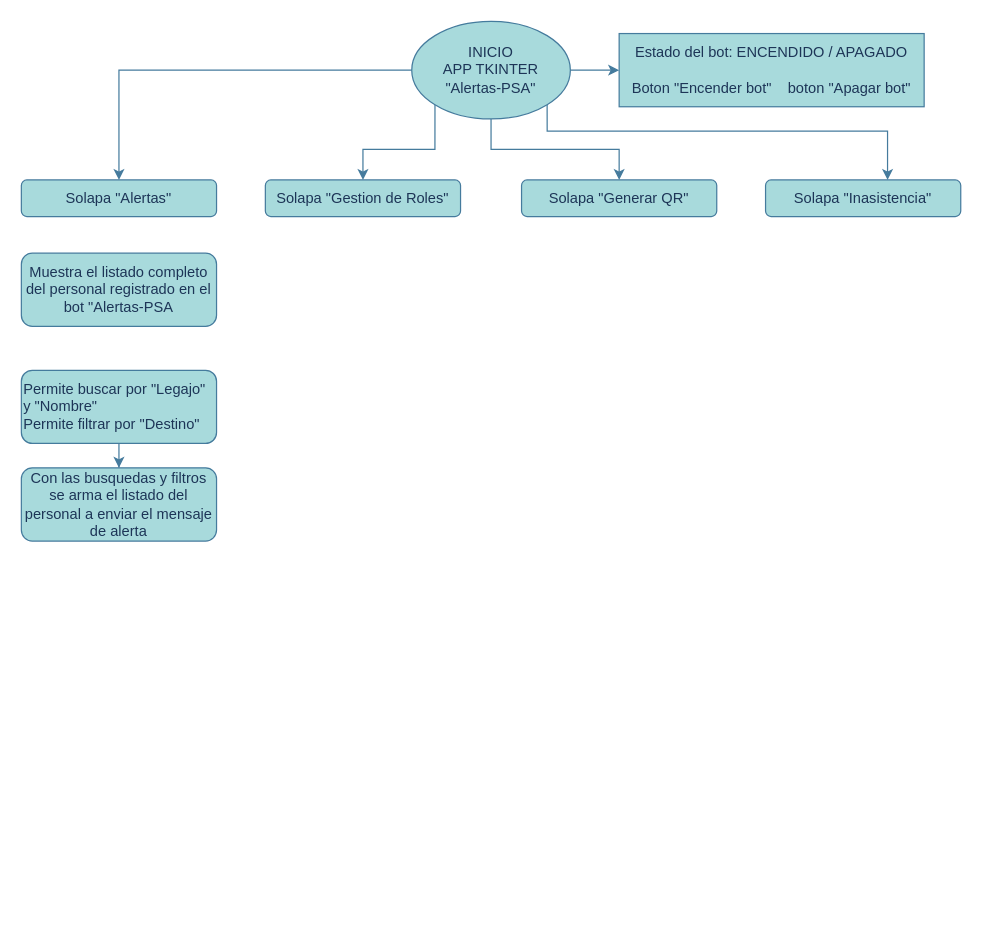
The draw.io diagram page "Flujos_App_Tkinter" (2 of 2) of Flujos_en _Bot.drawio in gavalle2024/Diagramas-de-Flujos, before the edit. Source tidied: cells renumbered, new cells numbered last; positions are measured from the earlier drawing's top-left corner, leaving out a move shared by most shapes. Both pictures are drawn from the tidied source at 122%, with x=0, y=0 at pixel (21, 21).
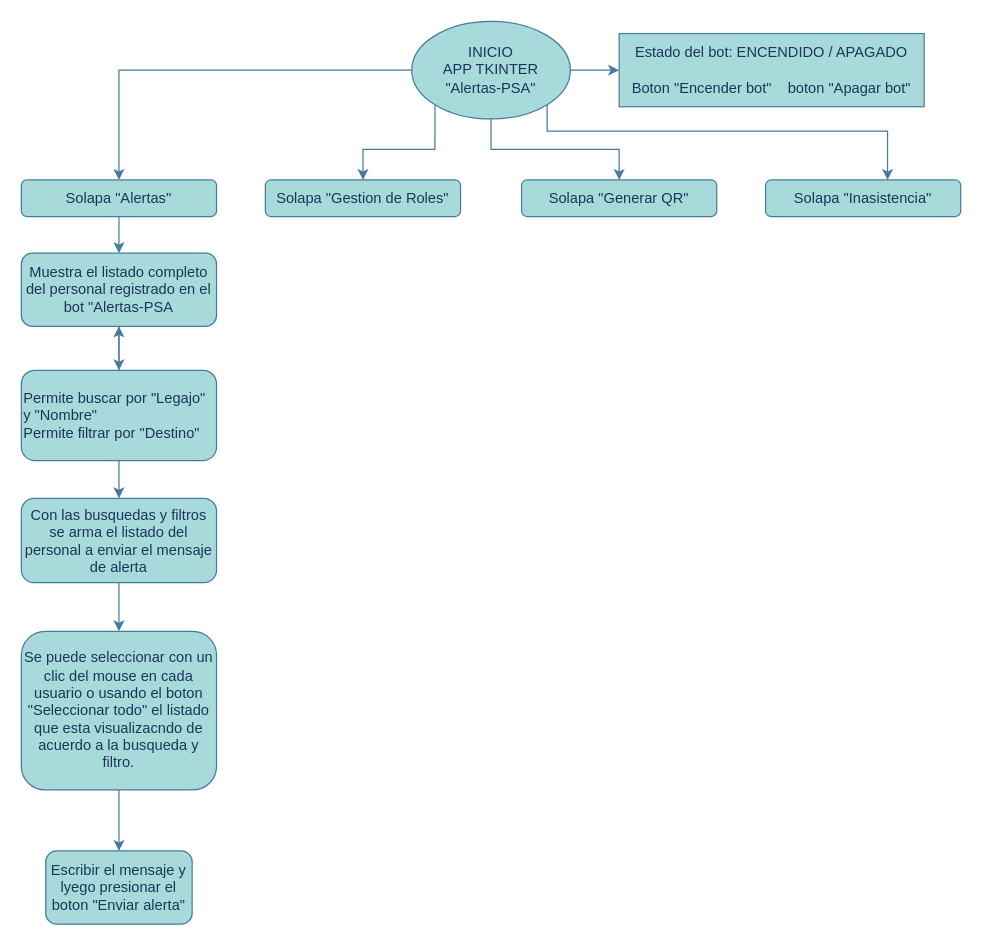
The same page after the edit.

Unchanged cells that the change refers to:
```xml
<mxCell id="8" value="Solapa &quot;Alertas&quot;" style="rounded=1;whiteSpace=wrap;html=1;labelBackgroundColor=none;fillColor=#A8DADC;strokeColor=#457B9D;fontColor=#1D3557;" parent="1" vertex="1">
  <mxGeometry y="130" width="160" height="30" as="geometry" />
</mxCell>
<mxCell id="16" value="Muestra el listado completo del personal registrado en el bot &quot;Alertas-PSA" style="rounded=1;whiteSpace=wrap;html=1;fillColor=#A8DADC;strokeColor=#457B9D;fontColor=#1D3557;labelBackgroundColor=none;align=center;" parent="1" vertex="1">
  <mxGeometry y="190" width="160" height="60" as="geometry" />
</mxCell>
```

What changed in the source:
```diff
@@
+    <mxCell id="17" style="edgeStyle=elbowEdgeStyle;rounded=0;jettySize=auto;elbow=vertical;html=1;exitX=0.5;exitY=1;exitDx=0;exitDy=0;entryX=0.5;entryY=0;entryDx=0;entryDy=0;strokeColor=#457B9D;fontColor=#1D3557;fillColor=#A8DADC;" parent="1" edge="1" source="8" target="16">
+      <mxGeometry relative="1" as="geometry" />
+    </mxCell>
@@
+    <mxCell id="18" style="edgeStyle=elbowEdgeStyle;rounded=0;jettySize=auto;elbow=vertical;html=1;strokeColor=#457B9D;fontColor=#1D3557;fillColor=#A8DADC;" parent="1" edge="1" source="14" target="16">
+      <mxGeometry relative="1" as="geometry" />
+    </mxCell>
     <mxCell id="14" value="Permite buscar por &quot;Legajo&quot; y &quot;Nombre&quot;&lt;div&gt;Permite filtrar por &quot;Destino&quot;&lt;/div&gt;" style="rounded=1;whiteSpace=wrap;html=1;fillColor=#A8DADC;strokeColor=#457B9D;fontColor=#1D3557;labelBackgroundColor=none;align=left;" parent="1" vertex="1">
-      <mxGeometry y="286" width="160" height="60" as="geometry" />
+      <mxGeometry y="286" width="160" height="74" as="geometry" />
     </mxCell>
+    <mxCell id="19" style="edgeStyle=elbowEdgeStyle;rounded=0;jettySize=auto;elbow=vertical;html=1;strokeColor=#457B9D;fontColor=#1D3557;fillColor=#A8DADC;" parent="1" edge="1" source="15" target="22">
+      <mxGeometry relative="1" as="geometry" />
+    </mxCell>
     <mxCell id="15" value="Con las busquedas y filtros se arma el listado del personal a enviar el mensaje de alerta" style="rounded=1;whiteSpace=wrap;html=1;align=center;fillColor=#A8DADC;strokeColor=#457B9D;fontColor=#1D3557;labelBackgroundColor=none;" parent="1" vertex="1">
-      <mxGeometry y="366" width="160" height="60" as="geometry" />
+      <mxGeometry y="391" width="160" height="69" as="geometry" />
     </mxCell>
+    <mxCell id="20" style="edgeStyle=elbowEdgeStyle;rounded=0;jettySize=auto;elbow=vertical;html=1;exitX=0.5;exitY=1;exitDx=0;exitDy=0;entryX=0.5;entryY=0;entryDx=0;entryDy=0;strokeColor=#457B9D;fontColor=#1D3557;fillColor=#A8DADC;" parent="1" edge="1" source="16" target="14">
+      <mxGeometry relative="1" as="geometry" />
+    </mxCell>
@@
+    <mxCell id="21" style="edgeStyle=elbowEdgeStyle;rounded=0;jettySize=auto;elbow=vertical;html=1;strokeColor=#457B9D;fontColor=#1D3557;fillColor=#A8DADC;" parent="1" edge="1" source="22" target="23">
+      <mxGeometry relative="1" as="geometry" />
+    </mxCell>
+    <mxCell id="22" value="Se puede seleccionar con un clic del mouse en cada usuario o usando el boton &quot;Seleccionar todo&quot; el listado que esta visualizacndo de acuerdo a la busqueda y filtro." style="rounded=1;whiteSpace=wrap;html=1;fillColor=#A8DADC;strokeColor=#457B9D;fontColor=#1D3557;labelBackgroundColor=none;" parent="1" vertex="1">
+      <mxGeometry y="500" width="160" height="130" as="geometry" />
+    </mxCell>
+    <mxCell id="23" value="Escribir el mensaje y lyego presionar el boton &quot;Enviar alerta&quot;" style="rounded=1;whiteSpace=wrap;html=1;fillColor=#A8DADC;strokeColor=#457B9D;fontColor=#1D3557;labelBackgroundColor=none;" parent="1" vertex="1">
+      <mxGeometry x="20" y="680" width="120" height="60" as="geometry" />
+    </mxCell>
```
